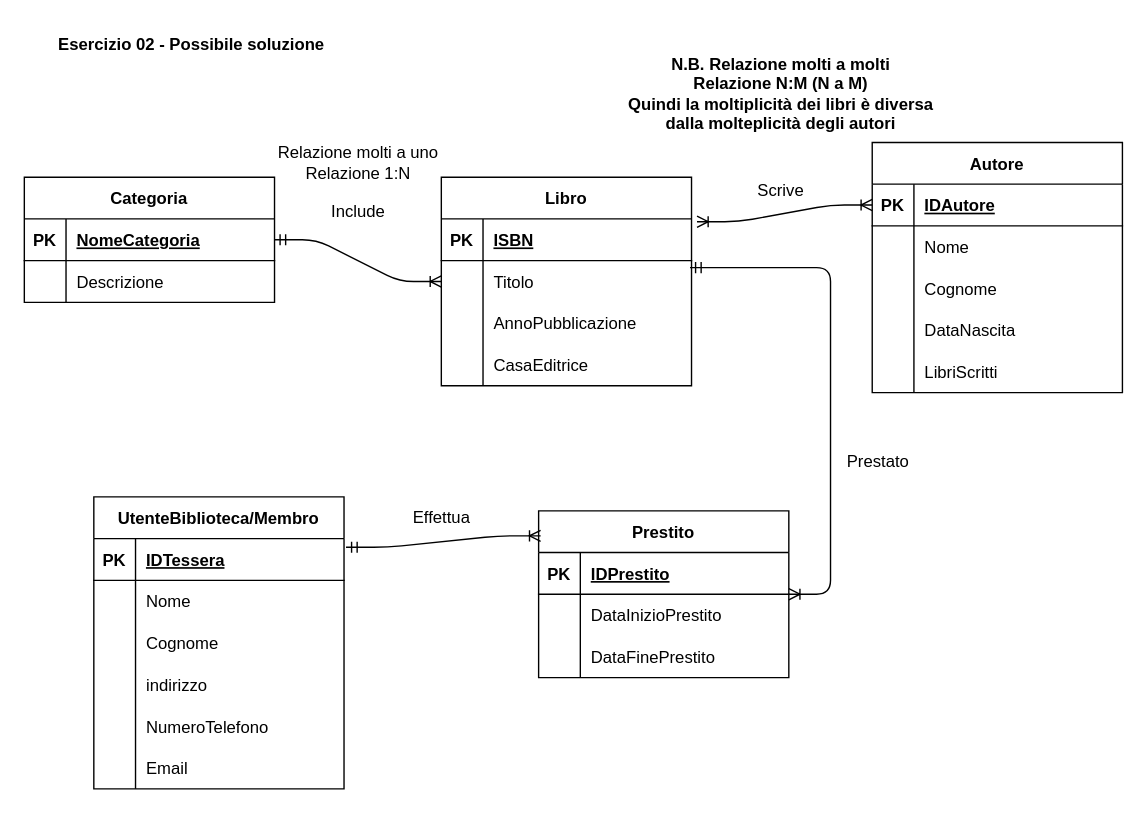
This is AS_2024_2025/5IA_Informatica/Lezioni/Esercizi_ModellazioneConcettuale/Esercizio02_Informatica_ProgettazioneConcettuale_Soluzione.drawio from FrancescoGobbi/Didattica_GalileoGalilei_Ostiglia, a draw.io file, before an edit. Source tidied: cells renumbered, new cells numbered last; positions are measured from the earlier drawing's top-left corner, leaving out a move shared by most shapes. Both pictures are drawn from the tidied source at 139%, with x=0, y=0 at pixel (24, 24).
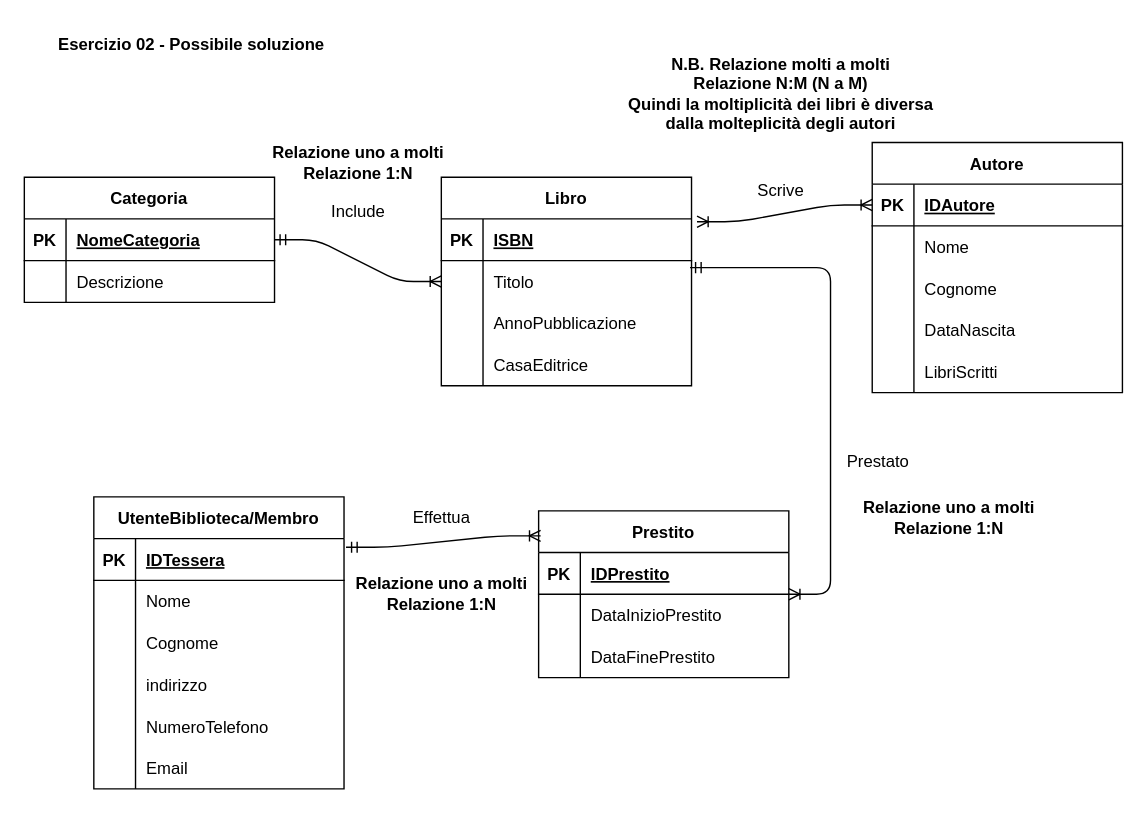
Above is the later version.

The edit, as a diff of the source:
```diff
@@
-    <mxCell id="77" value="Relazione molti a uno&lt;br&gt;Relazione 1:N" style="text;html=1;align=center;verticalAlign=middle;strokeColor=none;fillColor=none;" parent="1" vertex="1">
-      <mxGeometry x="170" y="80" width="140" height="40" as="geometry" />
+    <mxCell id="77" value="Relazione uno a molti&lt;br&gt;Relazione 1:N" style="text;html=1;align=center;verticalAlign=middle;strokeColor=none;fillColor=none;fontStyle=1;" parent="1" vertex="1">
+      <mxGeometry x="165" y="80" width="150" height="40" as="geometry" />
     </mxCell>
+    <mxCell id="78" value="Relazione uno a molti&lt;br&gt;Relazione 1:N" style="text;html=1;align=center;verticalAlign=middle;strokeColor=none;fillColor=none;fontStyle=1;" parent="1" vertex="1">
+      <mxGeometry x="225" y="390" width="150" height="40" as="geometry" />
+    </mxCell>
+    <mxCell id="79" value="Relazione uno a molti&lt;br&gt;Relazione 1:N" style="text;html=1;align=center;verticalAlign=middle;strokeColor=none;fillColor=none;fontStyle=1;" parent="1" vertex="1">
+      <mxGeometry x="590" y="335" width="150" height="40" as="geometry" />
+    </mxCell>
```
